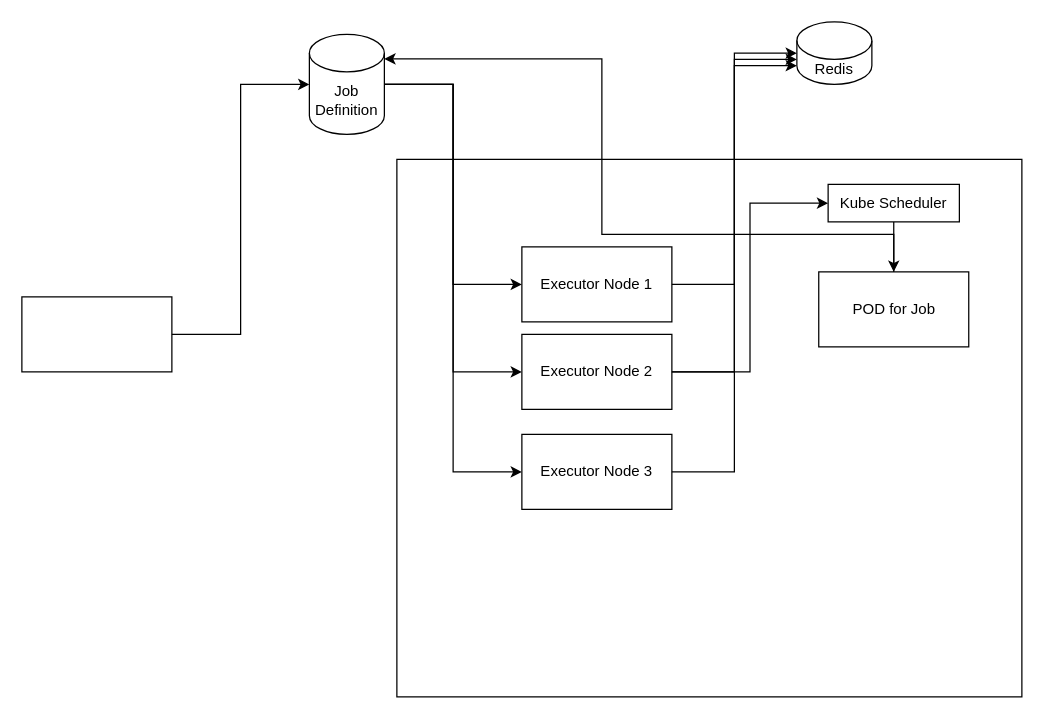
The draw.io diagram designs/ff.drawio in allstrive/scratch-pad, before the edit. Source tidied: cells renumbered, new cells numbered last; positions are measured from the earlier drawing's top-left corner, leaving out a move shared by most shapes. Both pictures are drawn from the tidied source at 125%, with x=0, y=0 at pixel (21, 21).
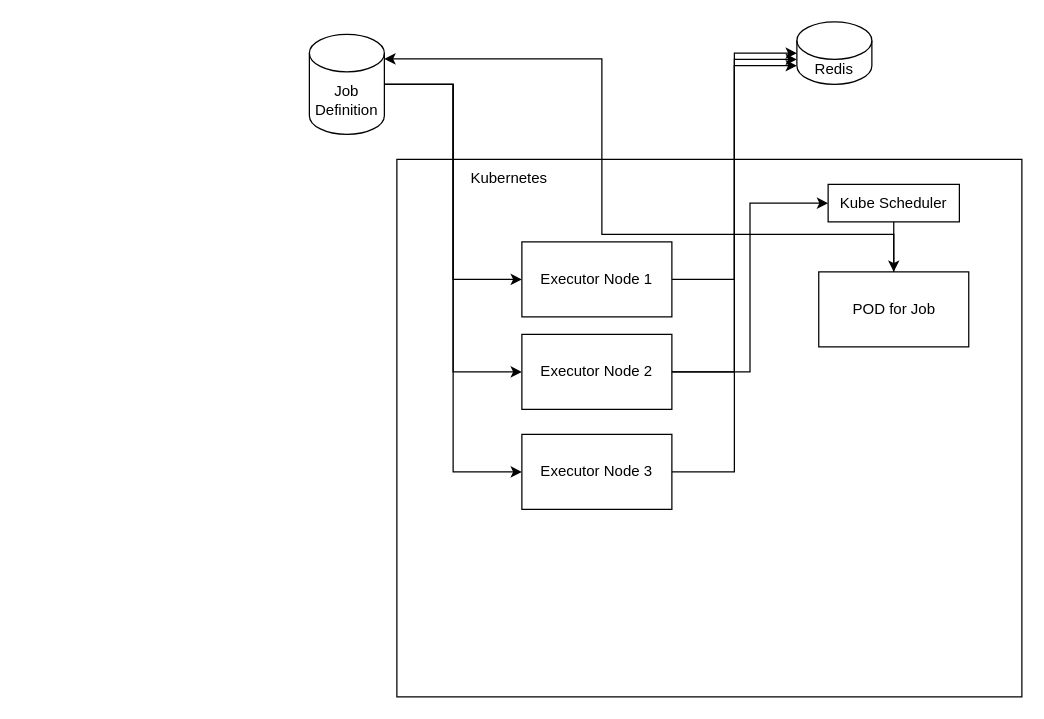
The same page after the edit.

Unchanged cells that the change refers to:
```xml
<mxCell id="8" value="Job Definition" style="shape=cylinder3;whiteSpace=wrap;html=1;boundedLbl=1;backgroundOutline=1;size=15;" parent="1" vertex="1">
  <mxGeometry x="230" y="10" width="60" height="80" as="geometry" />
</mxCell>
```

What changed in the source:
```diff
@@
-    <mxCell id="2" style="rounded=0;whiteSpace=wrap;html=1;" parent="1" vertex="1">
+    <mxCell id="2" style="rounded=0;whiteSpace=wrap;html=1;align=left;" parent="1" vertex="1">
       <mxGeometry x="300" y="110" width="500" height="430" as="geometry" />
     </mxCell>
     <mxCell id="3" value="Executor Node 1" style="rounded=0;whiteSpace=wrap;html=1;" parent="1" vertex="1">
-      <mxGeometry x="400" y="180" width="120" height="60" as="geometry" />
+      <mxGeometry x="400" y="176" width="120" height="60" as="geometry" />
     </mxCell>
-    <mxCell id="4" style="rounded=0;whiteSpace=wrap;html=1;" parent="1" vertex="1">
-      <mxGeometry y="220" width="120" height="60" as="geometry" />
-    </mxCell>
@@
-    <mxCell id="11" style="edgeStyle=orthogonalEdgeStyle;rounded=0;jettySize=auto;html=1;entryX=0;entryY=0.5;entryDx=0;entryDy=0;entryPerimeter=0;" parent="1" edge="1" source="4" target="8">
-      <mxGeometry relative="1" as="geometry" />
-    </mxCell>
@@
+    <mxCell id="21" value="Kubernetes" style="text;html=1;align=center;verticalAlign=middle;whiteSpace=wrap;rounded=0;" parent="1" vertex="1">
+      <mxGeometry x="360" y="110" width="60" height="30" as="geometry" />
+    </mxCell>
```
